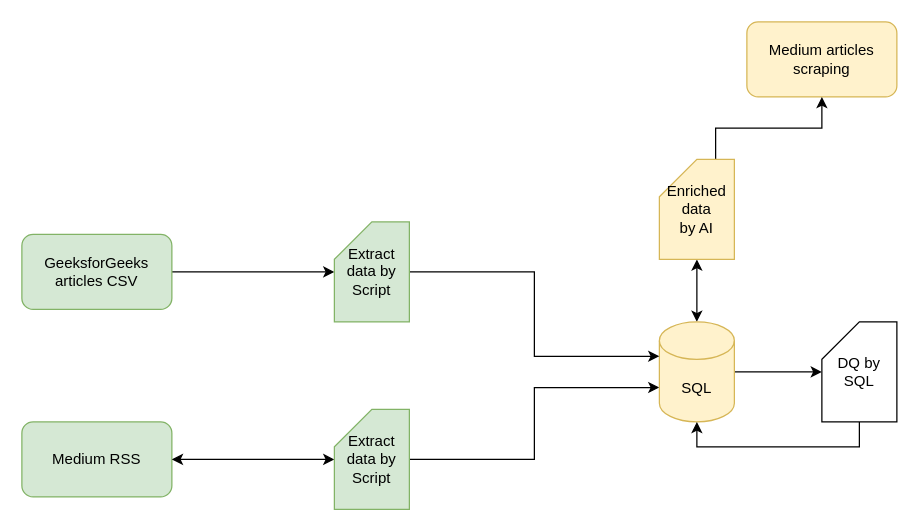
Earlier version of the draw.io diagram data_man/project/docs/architecture.drawio (gevola-dev/FDS02Q001). Source tidied: cells renumbered, new cells numbered last; positions are measured from the earlier drawing's top-left corner, leaving out a move shared by most shapes. Both pictures are drawn from the tidied source at 125%, with x=0, y=0 at pixel (21, 21).
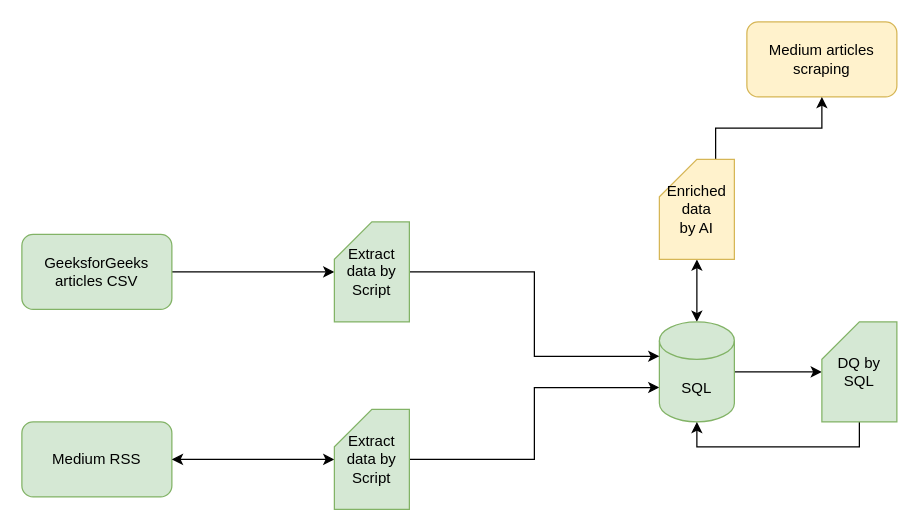
Above is the later version.

The edit, as a diff of the source:
```diff
@@
 <mxGraphModel>
   <root>
     <mxCell id="0" />
     <mxCell id="1" parent="0" />
     <mxCell id="2" style="edgeStyle=orthogonalEdgeStyle;rounded=0;jettySize=auto;html=1;" parent="1" edge="1" source="3" target="17">
       <mxGeometry relative="1" as="geometry" />
     </mxCell>
     <mxCell id="3" value="GeeksforGeeks&lt;br&gt;articles CSV" style="rounded=1;whiteSpace=wrap;html=1;fillColor=#d5e8d4;strokeColor=#82b366;" parent="1" vertex="1">
       <mxGeometry y="170" width="120" height="60" as="geometry" />
     </mxCell>
     <mxCell id="4" value="Medium RSS" style="rounded=1;whiteSpace=wrap;html=1;fillColor=#d5e8d4;strokeColor=#82b366;" parent="1" vertex="1">
       <mxGeometry y="320" width="120" height="60" as="geometry" />
     </mxCell>
     <mxCell id="5" value="Medium articles scraping" style="rounded=1;whiteSpace=wrap;html=1;fillColor=#fff2cc;strokeColor=#d6b656;" parent="1" vertex="1">
       <mxGeometry x="580" width="120" height="60" as="geometry" />
     </mxCell>
     <mxCell id="6" style="edgeStyle=orthogonalEdgeStyle;rounded=0;jettySize=auto;html=1;entryX=1;entryY=0.5;entryDx=0;entryDy=0;startArrow=classic;startFill=1;" parent="1" edge="1" source="8" target="4">
       <mxGeometry relative="1" as="geometry" />
     </mxCell>
     <mxCell id="7" style="edgeStyle=orthogonalEdgeStyle;rounded=0;jettySize=auto;html=1;exitX=1;exitY=0.5;exitDx=0;exitDy=0;exitPerimeter=0;entryX=0;entryY=0;entryDx=0;entryDy=52.5;entryPerimeter=0;" parent="1" edge="1" source="8" target="11">
       <mxGeometry relative="1" as="geometry" />
     </mxCell>
     <mxCell id="8" value="Extract data by&lt;br&gt;Script" style="shape=card;whiteSpace=wrap;html=1;fillColor=#d5e8d4;strokeColor=#82b366;" parent="1" vertex="1">
       <mxGeometry x="250" y="310" width="60" height="80" as="geometry" />
     </mxCell>
     <mxCell id="9" style="edgeStyle=orthogonalEdgeStyle;rounded=0;jettySize=auto;html=1;startArrow=classic;startFill=1;" parent="1" edge="1" source="11" target="15">
       <mxGeometry relative="1" as="geometry" />
     </mxCell>
     <mxCell id="10" style="edgeStyle=orthogonalEdgeStyle;rounded=0;jettySize=auto;html=1;" parent="1" edge="1" source="11" target="13">
       <mxGeometry relative="1" as="geometry" />
     </mxCell>
-    <mxCell id="11" value="SQL" style="shape=cylinder3;whiteSpace=wrap;html=1;boundedLbl=1;backgroundOutline=1;size=15;fillColor=#fff2cc;strokeColor=#d6b656;" parent="1" vertex="1">
+    <mxCell id="11" value="SQL" style="shape=cylinder3;whiteSpace=wrap;html=1;boundedLbl=1;backgroundOutline=1;size=15;fillColor=#d5e8d4;strokeColor=#82b366;" parent="1" vertex="1">
       <mxGeometry x="510" y="240" width="60" height="80" as="geometry" />
     </mxCell>
     <mxCell id="12" style="edgeStyle=orthogonalEdgeStyle;rounded=0;jettySize=auto;html=1;exitX=0.5;exitY=1;exitDx=0;exitDy=0;exitPerimeter=0;entryX=0.5;entryY=1;entryDx=0;entryDy=0;entryPerimeter=0;" parent="1" edge="1" source="13" target="11">
       <mxGeometry relative="1" as="geometry" />
     </mxCell>
-    <mxCell id="13" value="DQ by SQL" style="shape=card;whiteSpace=wrap;html=1;" parent="1" vertex="1">
+    <mxCell id="13" value="DQ by SQL" style="shape=card;whiteSpace=wrap;html=1;fillColor=#d5e8d4;strokeColor=#82b366;" parent="1" vertex="1">
       <mxGeometry x="640" y="240" width="60" height="80" as="geometry" />
     </mxCell>
     <mxCell id="14" style="edgeStyle=orthogonalEdgeStyle;rounded=0;jettySize=auto;html=1;exitX=0;exitY=0;exitDx=45;exitDy=0;exitPerimeter=0;" parent="1" edge="1" source="15" target="5">
       <mxGeometry relative="1" as="geometry" />
     </mxCell>
     <mxCell id="15" value="Enriched data &lt;br&gt;by AI" style="shape=card;whiteSpace=wrap;html=1;fillColor=#fff2cc;strokeColor=#d6b656;" parent="1" vertex="1">
       <mxGeometry x="510" y="110" width="60" height="80" as="geometry" />
     </mxCell>
     <mxCell id="16" style="edgeStyle=orthogonalEdgeStyle;rounded=0;jettySize=auto;html=1;exitX=1;exitY=0.5;exitDx=0;exitDy=0;exitPerimeter=0;entryX=0;entryY=0;entryDx=0;entryDy=27.5;entryPerimeter=0;" parent="1" edge="1" source="17" target="11">
       <mxGeometry relative="1" as="geometry" />
     </mxCell>
     <mxCell id="17" value="Extract data by&lt;br&gt;Script" style="shape=card;whiteSpace=wrap;html=1;fillColor=#d5e8d4;strokeColor=#82b366;" parent="1" vertex="1">
       <mxGeometry x="250" y="160" width="60" height="80" as="geometry" />
     </mxCell>
   </root>
 </mxGraphModel>
```
